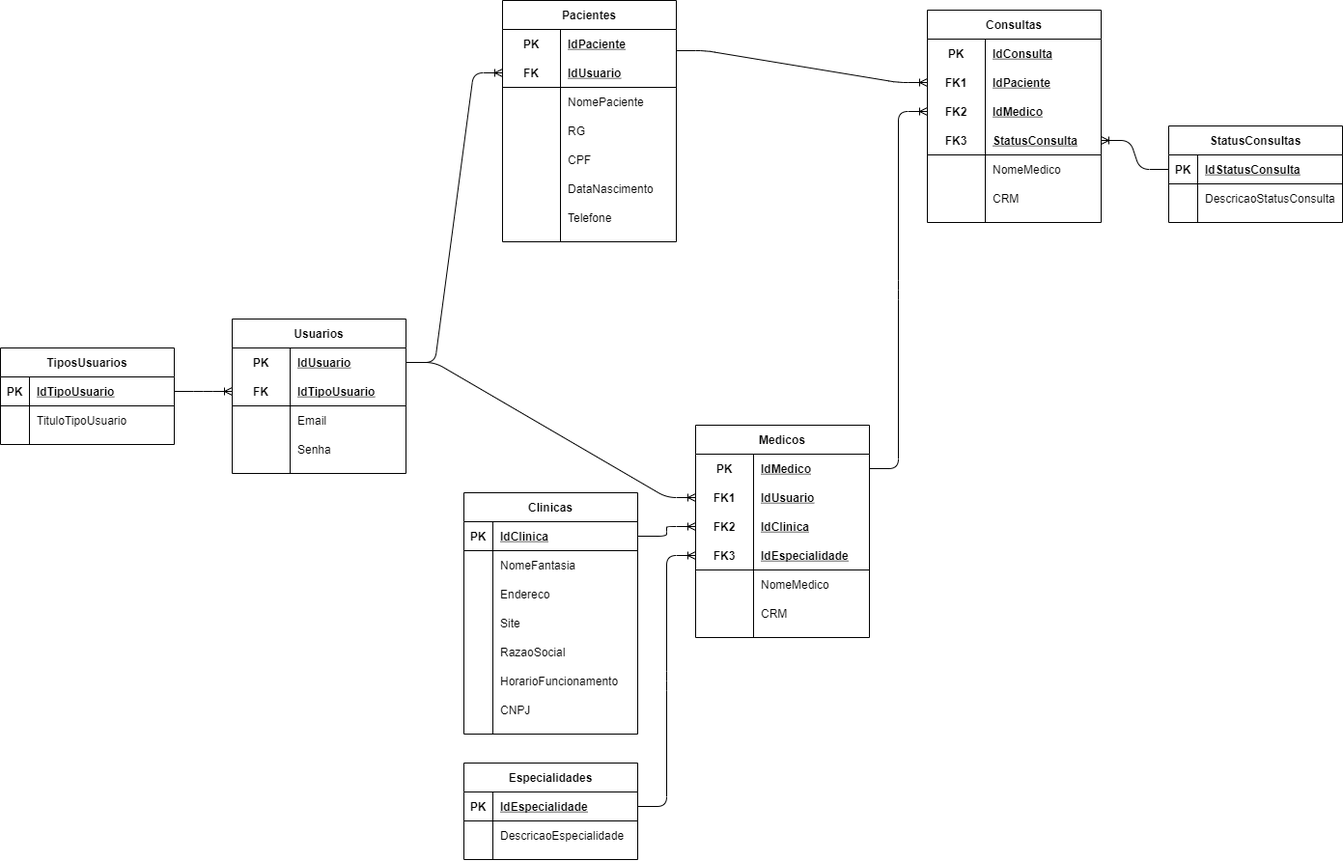
The draw.io diagram SP_Medical_Group/SP_Medical_Group-Lógico.png in Carlos-Augusto-Roque/Sprint1_bd, before a commit. Source tidied: cells renumbered, new cells last; positions are measured from the earlier drawing's top-left corner, leaving out a move shared by most shapes.
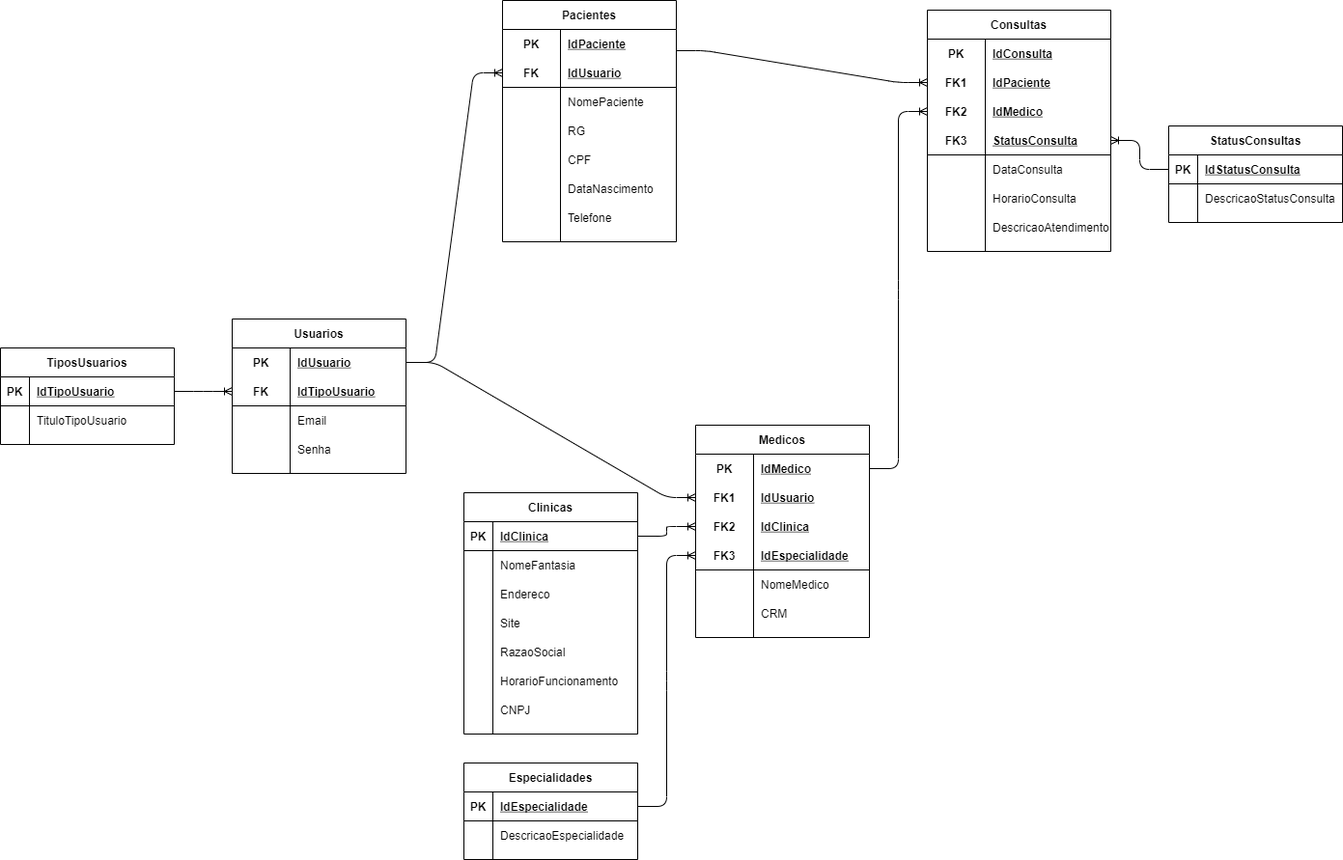
The same diagram one commit later.

Diff of the diagram source:
```diff
@@ -231,62 +231,71 @@
       <mxGeometry x="60" width="120" height="30" as="geometry" />
     </mxCell>
     <mxCell id="78" value="Consultas" style="shape=table;startSize=30;rowLines=0;fontStyle=1;align=center;" parent="1" vertex="1">
-      <mxGeometry x="960" y="10" width="180" height="220" as="geometry" />
+      <mxGeometry x="960" y="10" width="190" height="250" as="geometry" />
     </mxCell>
     <mxCell id="79" style="shape=partialRectangle;fillColor=none;top=0;left=0;bottom=0;right=0;" parent="78" vertex="1">
-      <mxGeometry y="30" width="180" height="30" as="geometry" />
+      <mxGeometry y="30" width="190" height="30" as="geometry" />
     </mxCell>
     <mxCell id="80" value="PK" style="shape=partialRectangle;fillColor=none;top=0;left=0;bottom=0;right=0;fontStyle=1;overflow=hidden;" parent="79" vertex="1">
       <mxGeometry width="60" height="30" as="geometry" />
     </mxCell>
     <mxCell id="81" value="IdConsulta" style="shape=partialRectangle;fillColor=none;top=0;left=0;bottom=0;right=0;align=left;spacingLeft=6;fontStyle=5;overflow=hidden;" parent="79" vertex="1">
-      <mxGeometry x="60" width="120" height="30" as="geometry" />
+      <mxGeometry x="60" width="130" height="30" as="geometry" />
     </mxCell>
     <mxCell id="82" style="shape=partialRectangle;fillColor=none;top=0;left=0;bottom=0;right=0;points=[[0,0.5],[1,0.5]];portConstraint=eastwest;" parent="78" vertex="1">
-      <mxGeometry y="60" width="180" height="30" as="geometry" />
+      <mxGeometry y="60" width="190" height="30" as="geometry" />
     </mxCell>
     <mxCell id="83" value="FK1" style="shape=partialRectangle;fillColor=none;top=0;left=0;bottom=0;right=0;fontStyle=1;overflow=hidden;" parent="82" vertex="1">
       <mxGeometry width="60" height="30" as="geometry" />
     </mxCell>
     <mxCell id="84" value="IdPaciente" style="shape=partialRectangle;fillColor=none;top=0;left=0;bottom=0;right=0;align=left;spacingLeft=6;fontStyle=5;overflow=hidden;" parent="82" vertex="1">
-      <mxGeometry x="60" width="120" height="30" as="geometry" />
+      <mxGeometry x="60" width="130" height="30" as="geometry" />
     </mxCell>
     <mxCell id="85" style="shape=partialRectangle;fillColor=none;top=0;left=0;bottom=0;right=0;points=[[0,0.5],[1,0.5]];portConstraint=eastwest;" parent="78" vertex="1">
-      <mxGeometry y="90" width="180" height="30" as="geometry" />
+      <mxGeometry y="90" width="190" height="30" as="geometry" />
     </mxCell>
     <mxCell id="86" value="FK2" style="shape=partialRectangle;fillColor=none;top=0;left=0;bottom=0;right=0;fontStyle=1;overflow=hidden;" parent="85" vertex="1">
       <mxGeometry width="60" height="30" as="geometry" />
     </mxCell>
     <mxCell id="87" value="IdMedico" style="shape=partialRectangle;fillColor=none;top=0;left=0;bottom=0;right=0;align=left;spacingLeft=6;fontStyle=5;overflow=hidden;" parent="85" vertex="1">
-      <mxGeometry x="60" width="120" height="30" as="geometry" />
+      <mxGeometry x="60" width="130" height="30" as="geometry" />
     </mxCell>
     <mxCell id="88" style="shape=partialRectangle;fillColor=none;top=0;left=0;bottom=1;right=0;points=[[0,0.5],[1,0.5]];portConstraint=eastwest;" parent="78" vertex="1">
-      <mxGeometry y="120" width="180" height="30" as="geometry" />
+      <mxGeometry y="120" width="190" height="30" as="geometry" />
     </mxCell>
     <mxCell id="89" value="FK3" style="shape=partialRectangle;fillColor=none;top=0;left=0;bottom=0;right=0;fontStyle=1;overflow=hidden;" parent="88" vertex="1">
       <mxGeometry width="60" height="30" as="geometry" />
     </mxCell>
     <mxCell id="90" value="StatusConsulta" style="shape=partialRectangle;fillColor=none;top=0;left=0;bottom=0;right=0;align=left;spacingLeft=6;fontStyle=5;overflow=hidden;" parent="88" vertex="1">
-      <mxGeometry x="60" width="120" height="30" as="geometry" />
+      <mxGeometry x="60" width="130" height="30" as="geometry" />
     </mxCell>
     <mxCell id="91" style="shape=partialRectangle;fillColor=none;top=0;left=0;bottom=0;right=0;" parent="78" vertex="1">
-      <mxGeometry y="150" width="180" height="30" as="geometry" />
+      <mxGeometry y="150" width="190" height="30" as="geometry" />
     </mxCell>
     <mxCell id="92" style="shape=partialRectangle;fillColor=none;top=0;left=0;bottom=0;right=0;overflow=hidden;" parent="91" vertex="1">
       <mxGeometry width="60" height="30" as="geometry" />
     </mxCell>
-    <mxCell id="93" value="NomeMedico" style="shape=partialRectangle;fillColor=none;top=0;left=0;bottom=0;right=0;align=left;spacingLeft=6;overflow=hidden;" parent="91" vertex="1">
-      <mxGeometry x="60" width="120" height="30" as="geometry" />
+    <mxCell id="93" value="DataConsulta" style="shape=partialRectangle;fillColor=none;top=0;left=0;bottom=0;right=0;align=left;spacingLeft=6;overflow=hidden;" parent="91" vertex="1">
+      <mxGeometry x="60" width="130" height="30" as="geometry" />
     </mxCell>
     <mxCell id="94" style="shape=partialRectangle;fillColor=none;top=0;left=0;bottom=0;right=0;" parent="78" vertex="1">
-      <mxGeometry y="180" width="180" height="30" as="geometry" />
+      <mxGeometry y="180" width="190" height="30" as="geometry" />
     </mxCell>
     <mxCell id="95" style="shape=partialRectangle;fillColor=none;top=0;left=0;bottom=0;right=0;overflow=hidden;" parent="94" vertex="1">
       <mxGeometry width="60" height="30" as="geometry" />
     </mxCell>
-    <mxCell id="96" value="CRM" style="shape=partialRectangle;fillColor=none;top=0;left=0;bottom=0;right=0;align=left;spacingLeft=6;overflow=hidden;" parent="94" vertex="1">
-      <mxGeometry x="60" width="120" height="30" as="geometry" />
+    <mxCell id="96" value="HorarioConsulta" style="shape=partialRectangle;fillColor=none;top=0;left=0;bottom=0;right=0;align=left;spacingLeft=6;overflow=hidden;" parent="94" vertex="1">
+      <mxGeometry x="60" width="130" height="30" as="geometry" />
     </mxCell>
+    <mxCell id="127" style="shape=partialRectangle;fillColor=none;top=0;left=0;bottom=0;right=0;" parent="78" vertex="1">
+      <mxGeometry y="210" width="190" height="30" as="geometry" />
+    </mxCell>
+    <mxCell id="128" style="shape=partialRectangle;fillColor=none;top=0;left=0;bottom=0;right=0;overflow=hidden;" parent="127" vertex="1">
+      <mxGeometry width="60" height="30" as="geometry" />
+    </mxCell>
+    <mxCell id="129" value="DescricaoAtendimento" style="shape=partialRectangle;fillColor=none;top=0;left=0;bottom=0;right=0;align=left;spacingLeft=6;overflow=hidden;" parent="127" vertex="1">
+      <mxGeometry x="60" width="130" height="30" as="geometry" />
+    </mxCell>
     <mxCell id="97" value="Clinicas" style="shape=table;startSize=30;rowLines=0;fontStyle=1;align=center;" parent="1" vertex="1">
       <mxGeometry x="480" y="510" width="180" height="250" as="geometry" />
     </mxCell>
```
